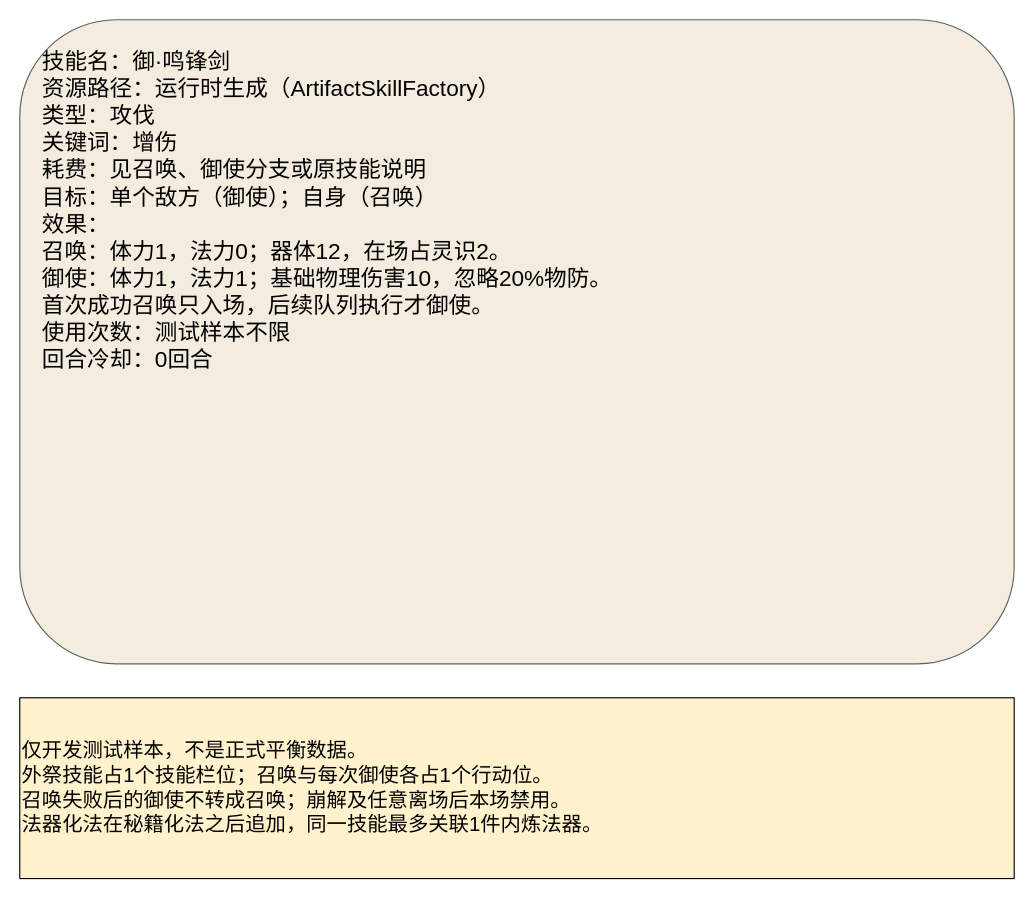
Above: docs/卡牌词典/法器测试/御鸣锋剑.drawio in ankundanetracyc-spec/tian-guan-you-du (draw.io), before the change. Source tidied: cells renumbered, new cells numbered last; positions are measured from the earlier drawing's top-left corner, leaving out a move shared by most shapes. Both pictures are drawn from the tidied source at 113%, with x=0, y=0 at pixel (19, 19).
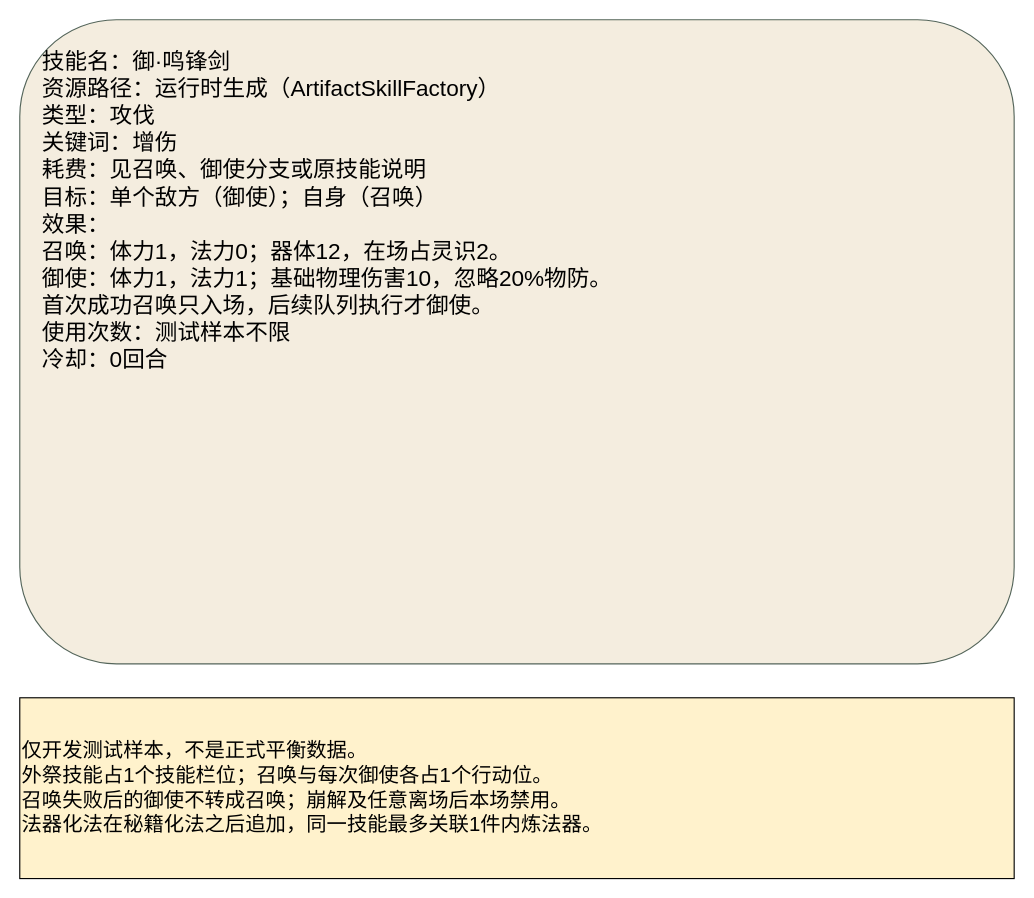
The same diagram, later.

Change to the diagram source:
```diff
@@
 <mxGraphModel>
   <root>
     <mxCell id="0" />
     <mxCell id="1" parent="0" />
-    <mxCell id="2" value="技能名：御·鸣锋剑&#10;资源路径：运行时生成（ArtifactSkillFactory）&#10;类型：攻伐&#10;关键词：增伤&#10;耗费：见召唤、御使分支或原技能说明&#10;目标：单个敌方（御使）；自身（召唤）&#10;效果：&#10;召唤：体力1，法力0；器体12，在场占灵识2。&#10;御使：体力1，法力1；基础物理伤害10，忽略20%物防。&#10;首次成功召唤只入场，后续队列执行才御使。&#10;使用次数：测试样本不限&#10;回合冷却：0回合" style="rounded=1;whiteSpace=wrap;html=0;align=left;verticalAlign=top;spacing=20;fontSize=20;fillColor=#f4eddf;strokeColor=#54655a;" parent="1" vertex="1">
+    <mxCell id="2" value="技能名：御·鸣锋剑&#10;资源路径：运行时生成（ArtifactSkillFactory）&#10;类型：攻伐&#10;关键词：增伤&#10;耗费：见召唤、御使分支或原技能说明&#10;目标：单个敌方（御使）；自身（召唤）&#10;效果：&#10;召唤：体力1，法力0；器体12，在场占灵识2。&#10;御使：体力1，法力1；基础物理伤害10，忽略20%物防。&#10;首次成功召唤只入场，后续队列执行才御使。&#10;使用次数：测试样本不限&#10;冷却：0回合" style="rounded=1;whiteSpace=wrap;html=0;align=left;verticalAlign=top;spacing=20;fontSize=20;fillColor=#f4eddf;strokeColor=#54655a;" parent="1" vertex="1">
       <mxGeometry width="880" height="570" as="geometry" />
     </mxCell>
     <mxCell id="3" value="仅开发测试样本，不是正式平衡数据。&#10;外祭技能占1个技能栏位；召唤与每次御使各占1个行动位。&#10;召唤失败后的御使不转成召唤；崩解及任意离场后本场禁用。&#10;法器化法在秘籍化法之后追加，同一技能最多关联1件内炼法器。" style="whiteSpace=wrap;html=0;align=left;fontSize=18;fillColor=#fff2cc;" parent="1" vertex="1">
       <mxGeometry y="600" width="880" height="160" as="geometry" />
     </mxCell>
   </root>
 </mxGraphModel>
```
